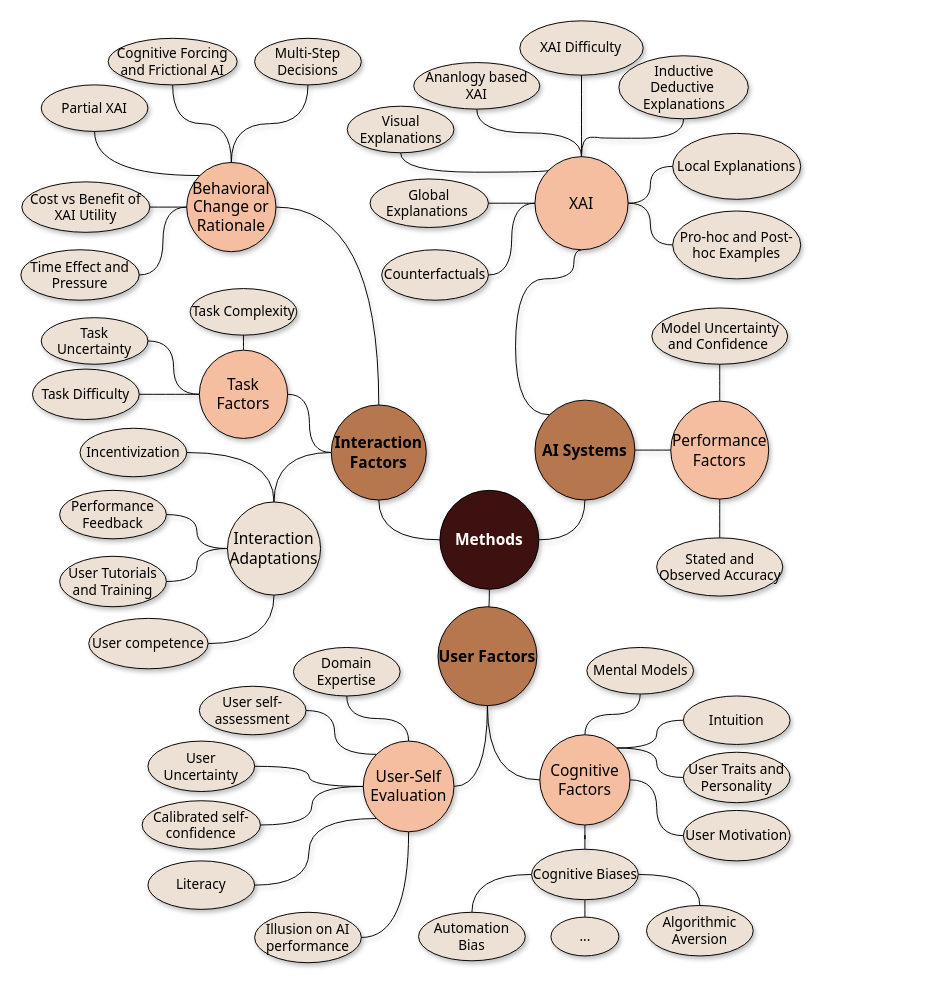
Above: ext/chi-rev-method-overview.drawio in raeeschaudhary/Coursera_Exams (draw.io), before the change. Source tidied: cells renumbered, new cells numbered last; positions are measured from the earlier drawing's top-left corner, leaving out a move shared by most shapes. Both pictures are drawn from the tidied source at 97%, with x=0, y=0 at pixel (20, 20).
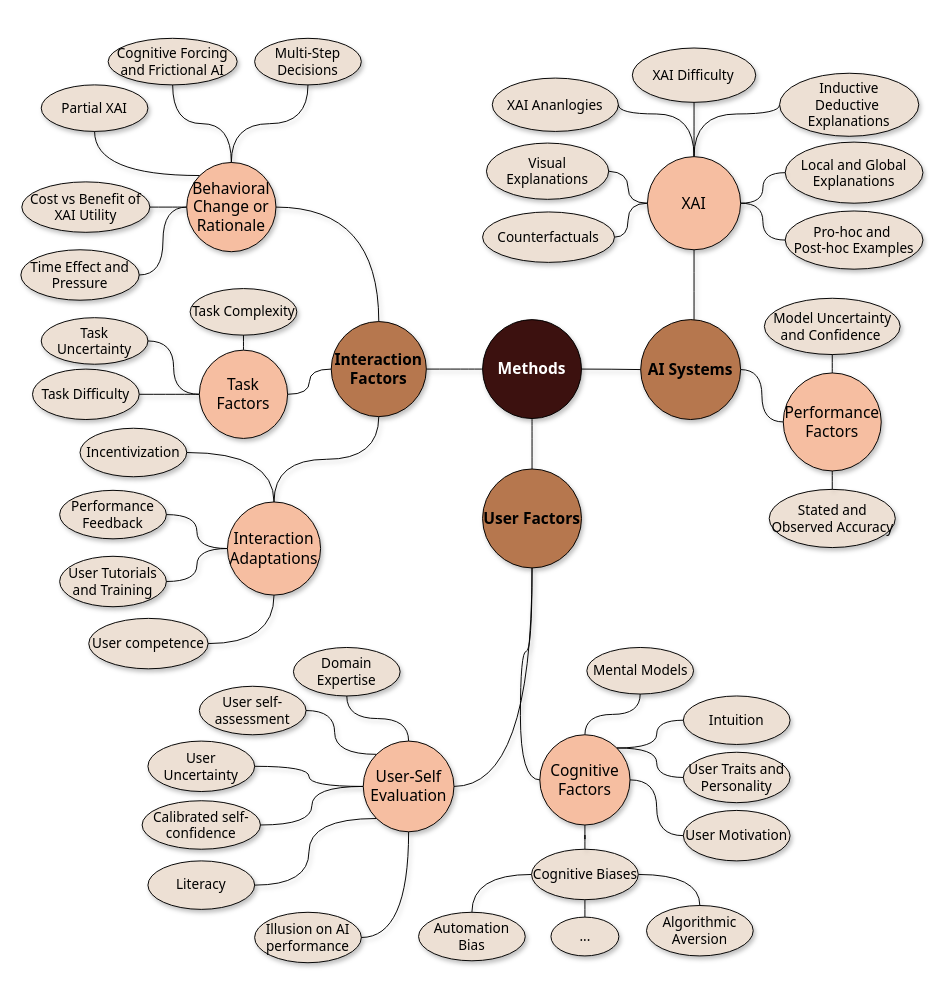
After the change.

Diff of the diagram source:
```diff
@@
-    <mxCell id="4" value="Local Explanations" style="ellipse;whiteSpace=wrap;html=1;fontFamily=Tahoma;fontSize=14;fillColor=#EDE0D4;shadow=1;" parent="1" vertex="1">
-      <mxGeometry x="672" y="116" width="132" height="68" as="geometry" />
+    <mxCell id="4" value="Local and Global Explanations" style="ellipse;whiteSpace=wrap;html=1;fontFamily=Tahoma;fontSize=14;fillColor=#EDE0D4;shadow=1;" parent="1" vertex="1">
+      <mxGeometry x="788" y="125" width="142" height="63" as="geometry" />
     </mxCell>
@@
-    <mxCell id="7" value="Global Explanations&amp;nbsp;" style="ellipse;whiteSpace=wrap;html=1;fontFamily=Tahoma;fontSize=14;fillColor=#EDE0D4;shadow=1;" parent="1" vertex="1">
-      <mxGeometry x="360" y="163" width="122" height="50" as="geometry" />
-    </mxCell>
     <mxCell id="8" value="Visual&lt;br&gt;&lt;div&gt;Explanations&lt;/div&gt;" style="ellipse;whiteSpace=wrap;html=1;fontFamily=Tahoma;fontSize=14;fillColor=#EDE0D4;shadow=1;" parent="1" vertex="1">
-      <mxGeometry x="336.5" y="88" width="110" height="48" as="geometry" />
+      <mxGeometry x="480" y="126" width="126" height="58" as="geometry" />
     </mxCell>
@@
-    <mxCell id="21" value="Pro-hoc and Post-hoc Examples" style="ellipse;whiteSpace=wrap;html=1;fontFamily=Tahoma;fontSize=14;fillColor=#EDE0D4;shadow=1;" parent="1" vertex="1">
-      <mxGeometry x="672" y="196" width="132" height="70" as="geometry" />
+    <mxCell id="21" value="Pro-hoc and&amp;nbsp;&lt;div&gt;Post-hoc Examples&lt;/div&gt;" style="ellipse;whiteSpace=wrap;html=1;fontFamily=Tahoma;fontSize=14;fillColor=#EDE0D4;shadow=1;" parent="1" vertex="1">
+      <mxGeometry x="788" y="196" width="142" height="60" as="geometry" />
     </mxCell>
@@
     <mxCell id="27" value="Stated and Observed Accuracy" style="ellipse;whiteSpace=wrap;html=1;fontFamily=Tahoma;fontSize=14;fillColor=#EDE0D4;shadow=1;" parent="1" vertex="1">
-      <mxGeometry x="655.5" y="533" width="130" height="60" as="geometry" />
+      <mxGeometry x="771.5" y="483" width="130" height="60" as="geometry" />
     </mxCell>
-    <mxCell id="28" value="Ananlogy based XAI" style="ellipse;whiteSpace=wrap;html=1;fontFamily=Tahoma;fontSize=14;fillColor=#EDE0D4;shadow=1;" parent="1" vertex="1">
-      <mxGeometry x="405" y="43" width="130" height="48" as="geometry" />
+    <mxCell id="28" value="XAI Ananlogies" style="ellipse;whiteSpace=wrap;html=1;fontFamily=Tahoma;fontSize=14;fillColor=#EDE0D4;shadow=1;" parent="1" vertex="1">
+      <mxGeometry x="486" y="59" width="130" height="55" as="geometry" />
     </mxCell>
@@
     <mxCell id="30" value="Model Uncertainty and Confidence&amp;nbsp;" style="ellipse;whiteSpace=wrap;html=1;fontFamily=Tahoma;fontSize=14;fillColor=#EDE0D4;shadow=1;" parent="1" vertex="1">
-      <mxGeometry x="650.5" y="296" width="140" height="58" as="geometry" />
+      <mxGeometry x="766.5" y="286" width="140" height="58" as="geometry" />
     </mxCell>
@@
     <mxCell id="32" value="XAI Difficulty" style="ellipse;whiteSpace=wrap;html=1;fontFamily=Tahoma;fontSize=14;fillColor=#EDE0D4;shadow=1;" parent="1" vertex="1">
-      <mxGeometry x="514.4" width="127.2" height="56" as="geometry" />
+      <mxGeometry x="630.4" y="28" width="127.2" height="56" as="geometry" />
     </mxCell>
@@
-    <mxCell id="39" style="edgeStyle=orthogonalEdgeStyle;shape=connector;curved=1;rounded=0;jettySize=auto;html=1;exitX=0;exitY=0;exitDx=0;exitDy=0;entryX=0.5;entryY=1;entryDx=0;entryDy=0;strokeColor=default;align=center;verticalAlign=middle;fontFamily=Helvetica;fontSize=11;fontColor=default;labelBackgroundColor=default;endArrow=none;endFill=0;shadow=1;fillColor=#EDE0D4;" parent="1" edge="1" source="40" target="94">
+    <mxCell id="39" style="edgeStyle=orthogonalEdgeStyle;shape=connector;curved=1;rounded=0;jettySize=auto;html=1;exitX=0.5;exitY=0;exitDx=0;exitDy=0;strokeColor=default;align=center;verticalAlign=middle;fontFamily=Helvetica;fontSize=11;fontColor=default;labelBackgroundColor=default;endArrow=none;endFill=0;shadow=1;fillColor=#EDE0D4;entryX=0.5;entryY=1;entryDx=0;entryDy=0;" parent="1" edge="1" source="40" target="94">
       <mxGeometry relative="1" as="geometry">
         <Array as="points">
-          <mxPoint x="510" y="406" />
-          <mxPoint x="510" y="266" />
-          <mxPoint x="570" y="266" />
+          <mxPoint x="694" y="336" />
+          <mxPoint x="694" y="336" />
         </Array>
       </mxGeometry>
     </mxCell>
     <mxCell id="40" value="AI Systems" style="ellipse;whiteSpace=wrap;html=1;fontFamily=Tahoma;fontSize=16;fontStyle=1;fillColor=light-dark(#B6774E,#B9E0A5);strokeColor=light-dark(#000000,#588157);shadow=1;" parent="1" vertex="1">
-      <mxGeometry x="530" y="391" width="103" height="103" as="geometry" />
+      <mxGeometry x="639" y="308" width="103" height="103" as="geometry" />
     </mxCell>
@@
-    <mxCell id="42" style="edgeStyle=orthogonalEdgeStyle;shape=connector;curved=1;rounded=0;jettySize=auto;html=1;exitX=0;exitY=0.5;exitDx=0;exitDy=0;entryX=1;entryY=0.5;entryDx=0;entryDy=0;strokeColor=default;align=center;verticalAlign=middle;fontFamily=Helvetica;fontSize=11;fontColor=default;labelBackgroundColor=default;endArrow=none;endFill=0;shadow=1;fillColor=#EDE0D4;" parent="1" edge="1" source="94" target="7">
-      <mxGeometry relative="1" as="geometry" />
-    </mxCell>
@@
-    <mxCell id="44" style="edgeStyle=orthogonalEdgeStyle;shape=connector;curved=1;rounded=0;jettySize=auto;html=1;exitX=0.5;exitY=1;exitDx=0;exitDy=0;strokeColor=default;align=center;verticalAlign=middle;fontFamily=Helvetica;fontSize=11;fontColor=default;labelBackgroundColor=default;endArrow=none;endFill=0;shadow=1;entryX=0.5;entryY=0;entryDx=0;entryDy=0;fillColor=#EDE0D4;" parent="1" edge="1" source="45" target="94">
-      <mxGeometry relative="1" as="geometry" />
+    <mxCell id="44" style="edgeStyle=orthogonalEdgeStyle;shape=connector;curved=1;rounded=0;jettySize=auto;html=1;exitX=0;exitY=0.5;exitDx=0;exitDy=0;strokeColor=default;align=center;verticalAlign=middle;fontFamily=Helvetica;fontSize=11;fontColor=default;labelBackgroundColor=default;endArrow=none;endFill=0;shadow=1;entryX=0.5;entryY=0;entryDx=0;entryDy=0;fillColor=#EDE0D4;" parent="1" edge="1" source="45" target="94">
+      <mxGeometry relative="1" as="geometry">
+        <Array as="points">
+          <mxPoint x="782" y="96" />
+          <mxPoint x="694" y="96" />
+        </Array>
+      </mxGeometry>
     </mxCell>
     <mxCell id="45" value="Inductive&lt;div&gt;Deductive&amp;nbsp;&lt;/div&gt;&lt;span style=&quot;background-color: transparent; color: light-dark(rgb(0, 0, 0), rgb(255, 255, 255));&quot;&gt;Explanations&lt;/span&gt;" style="ellipse;whiteSpace=wrap;html=1;fontFamily=Tahoma;fontSize=14;fillColor=#EDE0D4;shadow=1;" parent="1" vertex="1">
-      <mxGeometry x="616.5" y="36" width="133.5" height="65" as="geometry" />
+      <mxGeometry x="782.2" y="54" width="143.5" height="65" as="geometry" />
     </mxCell>
     <mxCell id="46" value="Counterfactuals" style="ellipse;whiteSpace=wrap;html=1;fontFamily=Tahoma;fontSize=14;fillColor=#EDE0D4;shadow=1;" parent="1" vertex="1">
-      <mxGeometry x="372" y="236" width="110" height="52" as="geometry" />
+      <mxGeometry x="476" y="197" width="136" height="52" as="geometry" />
     </mxCell>
@@
-    <mxCell id="64" value="Interaction Adaptations" style="ellipse;whiteSpace=wrap;html=1;fontFamily=Tahoma;fontSize=16;fillColor=#EDE0D4;shadow=1;" parent="1" vertex="1">
+    <mxCell id="64" value="Interaction Adaptations" style="ellipse;whiteSpace=wrap;html=1;fontFamily=Tahoma;fontSize=16;fillColor=#F6BEA1;shadow=1;" parent="1" vertex="1">
       <mxGeometry x="213" y="496" width="96" height="96" as="geometry" />
     </mxCell>
@@
-    <mxCell id="74" style="edgeStyle=orthogonalEdgeStyle;shape=connector;curved=1;rounded=0;jettySize=auto;html=1;exitX=1;exitY=0.5;exitDx=0;exitDy=0;strokeColor=default;align=center;verticalAlign=middle;fontFamily=Helvetica;fontSize=11;fontColor=default;labelBackgroundColor=default;endArrow=none;endFill=0;entryX=0.5;entryY=1;entryDx=0;entryDy=0;shadow=1;fillColor=#EDE0D4;" parent="1" edge="1" source="77" target="40">
+    <mxCell id="74" style="edgeStyle=orthogonalEdgeStyle;shape=connector;curved=1;rounded=0;jettySize=auto;html=1;exitX=1;exitY=0.5;exitDx=0;exitDy=0;strokeColor=default;align=center;verticalAlign=middle;fontFamily=Helvetica;fontSize=11;fontColor=default;labelBackgroundColor=default;endArrow=none;endFill=0;entryX=0;entryY=0.5;entryDx=0;entryDy=0;shadow=1;fillColor=#EDE0D4;" parent="1" edge="1" source="77" target="40">
       <mxGeometry relative="1" as="geometry" />
     </mxCell>
@@
-    <mxCell id="76" style="edgeStyle=orthogonalEdgeStyle;shape=connector;curved=1;rounded=0;jettySize=auto;html=1;exitX=0;exitY=0.5;exitDx=0;exitDy=0;entryX=0.5;entryY=1;entryDx=0;entryDy=0;strokeColor=default;align=center;verticalAlign=middle;fontFamily=Helvetica;fontSize=11;fontColor=default;labelBackgroundColor=default;endArrow=none;endFill=0;shadow=1;fillColor=#EDE0D4;" parent="1" edge="1" source="77" target="85">
+    <mxCell id="76" style="edgeStyle=orthogonalEdgeStyle;shape=connector;curved=1;rounded=0;jettySize=auto;html=1;exitX=0;exitY=0.5;exitDx=0;exitDy=0;entryX=1;entryY=0.5;entryDx=0;entryDy=0;strokeColor=default;align=center;verticalAlign=middle;fontFamily=Helvetica;fontSize=11;fontColor=default;labelBackgroundColor=default;endArrow=none;endFill=0;shadow=1;fillColor=#EDE0D4;" parent="1" edge="1" source="77" target="85">
       <mxGeometry relative="1" as="geometry" />
     </mxCell>
     <mxCell id="77" value="Methods" style="ellipse;whiteSpace=wrap;html=1;fontFamily=Tahoma;fontSize=16;fontStyle=1;shadow=1;fillColor=#3C110F;fontColor=light-dark(#ffffff, #ededed);" parent="1" vertex="1">
-      <mxGeometry x="432" y="484" width="102" height="102" as="geometry" />
+      <mxGeometry x="476" y="308" width="102" height="102" as="geometry" />
     </mxCell>
@@
     <mxCell id="79" value="User Factors" style="ellipse;whiteSpace=wrap;html=1;fontFamily=Tahoma;fontSize=16;fontStyle=1;fillColor=#B6774E;shadow=1;" parent="1" vertex="1">
-      <mxGeometry x="430" y="604" width="102" height="102" as="geometry" />
+      <mxGeometry x="476" y="462" width="102" height="102" as="geometry" />
     </mxCell>
@@
-    <mxCell id="82" style="edgeStyle=orthogonalEdgeStyle;shape=connector;curved=1;rounded=0;jettySize=auto;html=1;exitX=0;exitY=0.5;exitDx=0;exitDy=0;strokeColor=default;align=center;verticalAlign=middle;fontFamily=Helvetica;fontSize=11;fontColor=default;labelBackgroundColor=default;endArrow=none;endFill=0;shadow=1;fillColor=#EDE0D4;" parent="1" edge="1" source="85" target="64">
+    <mxCell id="82" style="edgeStyle=orthogonalEdgeStyle;shape=connector;curved=1;rounded=0;jettySize=auto;html=1;exitX=0.5;exitY=1;exitDx=0;exitDy=0;strokeColor=default;align=center;verticalAlign=middle;fontFamily=Helvetica;fontSize=11;fontColor=default;labelBackgroundColor=default;endArrow=none;endFill=0;shadow=1;fillColor=#EDE0D4;" parent="1" edge="1" source="85" target="64">
       <mxGeometry relative="1" as="geometry" />
     </mxCell>
@@
     <mxCell id="85" value="Interaction Factors" style="ellipse;whiteSpace=wrap;html=1;fontFamily=Tahoma;fontSize=16;fontStyle=1;fillColor=#B6774E;shadow=1;" parent="1" vertex="1">
-      <mxGeometry x="320" y="396" width="98" height="98" as="geometry" />
+      <mxGeometry x="320" y="310" width="98" height="98" as="geometry" />
     </mxCell>
@@
     <mxCell id="89" value="Performance Factors" style="ellipse;whiteSpace=wrap;html=1;fontFamily=Tahoma;fontSize=16;fillColor=light-dark(#F6BEA1,#A3B18A);shadow=1;" parent="1" vertex="1">
-      <mxGeometry x="670" y="392" width="101" height="101" as="geometry" />
+      <mxGeometry x="786" y="363" width="101" height="101" as="geometry" />
     </mxCell>
@@
-    <mxCell id="92" style="edgeStyle=orthogonalEdgeStyle;shape=connector;curved=1;rounded=0;jettySize=auto;html=1;exitX=0.5;exitY=0;exitDx=0;exitDy=0;strokeColor=default;align=center;verticalAlign=middle;fontFamily=Helvetica;fontSize=11;fontColor=default;labelBackgroundColor=default;endArrow=none;endFill=0;shadow=1;fillColor=#EDE0D4;" parent="1" edge="1" source="94" target="28">
-      <mxGeometry relative="1" as="geometry" />
+    <mxCell id="92" style="edgeStyle=orthogonalEdgeStyle;shape=connector;curved=1;rounded=0;jettySize=auto;html=1;exitX=0.5;exitY=0;exitDx=0;exitDy=0;strokeColor=default;align=center;verticalAlign=middle;fontFamily=Helvetica;fontSize=11;fontColor=default;labelBackgroundColor=default;endArrow=none;endFill=0;shadow=1;fillColor=#EDE0D4;entryX=1;entryY=0.5;entryDx=0;entryDy=0;" parent="1" edge="1" source="94" target="28">
+      <mxGeometry relative="1" as="geometry">
+        <Array as="points">
+          <mxPoint x="694" y="96" />
+          <mxPoint x="616" y="96" />
+        </Array>
+      </mxGeometry>
     </mxCell>
-    <mxCell id="93" style="edgeStyle=orthogonalEdgeStyle;shape=connector;curved=1;rounded=0;jettySize=auto;html=1;exitX=0;exitY=0;exitDx=0;exitDy=0;entryX=0.5;entryY=1;entryDx=0;entryDy=0;strokeColor=default;align=center;verticalAlign=middle;fontFamily=Helvetica;fontSize=11;fontColor=default;labelBackgroundColor=default;endArrow=none;endFill=0;shadow=1;fillColor=#EDE0D4;" parent="1" edge="1" source="94" target="8">
+    <mxCell id="93" style="edgeStyle=orthogonalEdgeStyle;shape=connector;curved=1;rounded=0;jettySize=auto;html=1;exitX=0;exitY=0.5;exitDx=0;exitDy=0;entryX=1;entryY=0.5;entryDx=0;entryDy=0;strokeColor=default;align=center;verticalAlign=middle;fontFamily=Helvetica;fontSize=11;fontColor=default;labelBackgroundColor=default;endArrow=none;endFill=0;shadow=1;fillColor=#EDE0D4;" parent="1" edge="1" source="94" target="8">
       <mxGeometry relative="1" as="geometry">
         <Array as="points">
-          <mxPoint x="544" y="156" />
-          <mxPoint x="392" y="156" />
+          <mxPoint x="626" y="188" />
+          <mxPoint x="626" y="156" />
         </Array>
       </mxGeometry>
     </mxCell>
     <mxCell id="94" value="XAI" style="ellipse;whiteSpace=wrap;html=1;fontFamily=Tahoma;fontSize=16;fillColor=light-dark(#F6BEA1,#A3B18A);shadow=1;" parent="1" vertex="1">
-      <mxGeometry x="530" y="140" width="96" height="96" as="geometry" />
+      <mxGeometry x="646" y="140" width="96" height="96" as="geometry" />
     </mxCell>
```
